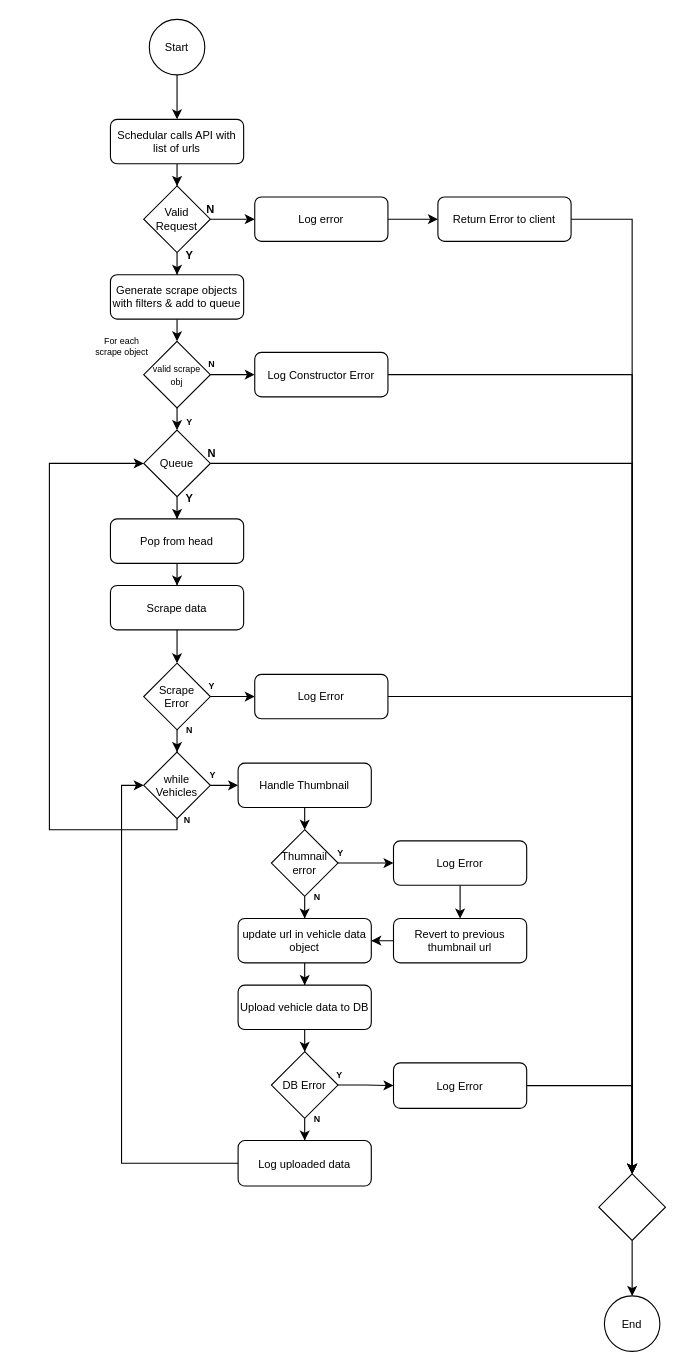
Earlier version of the draw.io diagram page "Activity Diagram (If Applicable)" (3 of 6) of design/Scraping Service Design.drawio (jacob-petterle/turo-scraper). Source tidied: cells renumbered, new cells numbered last; positions are measured from the earlier drawing's top-left corner, leaving out a move shared by most shapes. Both pictures are drawn from the tidied source at 111%, with x=0, y=0 at pixel (49, 19).
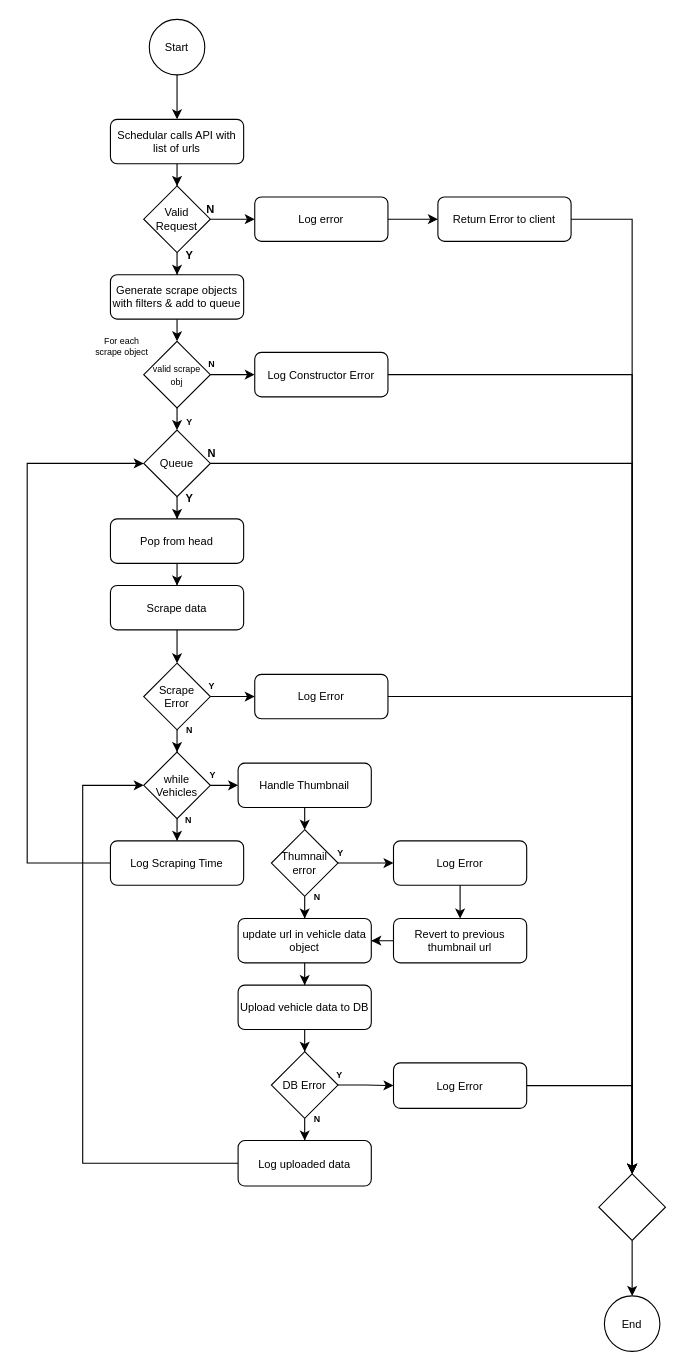
The same page after the edit.

The change refers to these unchanged cells:
```xml
<mxCell id="22" value="Queue" style="rhombus;whiteSpace=wrap;html=1;fontSize=10;" parent="1" vertex="1">
  <mxGeometry x="85" y="370" width="60" height="60" as="geometry" />
</mxCell>
<mxCell id="65" value="Log uploaded data" style="rounded=1;whiteSpace=wrap;html=1;fontSize=10;" parent="1" vertex="1">
  <mxGeometry x="170" y="1010" width="120" height="41" as="geometry" />
</mxCell>
<mxCell id="70" value="while&lt;br&gt;Vehicles" style="rhombus;whiteSpace=wrap;html=1;fontSize=10;" parent="1" vertex="1">
  <mxGeometry x="85" y="660" width="60" height="60" as="geometry" />
</mxCell>
```

What changed in the source:
```diff
@@
     <mxCell id="64" style="edgeStyle=orthogonalEdgeStyle;rounded=0;jettySize=auto;html=1;fontSize=8;entryX=0;entryY=0.5;entryDx=0;entryDy=0;" parent="1" edge="1" source="65" target="70">
-      <mxGeometry relative="1" as="geometry" />
+      <mxGeometry relative="1" as="geometry">
+        <Array as="points">
+          <mxPoint x="30" y="1030" />
+          <mxPoint x="30" y="690" />
+        </Array>
+      </mxGeometry>
     </mxCell>
@@
-    <mxCell id="68" style="edgeStyle=orthogonalEdgeStyle;rounded=0;jettySize=auto;html=1;entryX=0;entryY=0.5;entryDx=0;entryDy=0;fontSize=8;" parent="1" edge="1" source="70" target="22">
-      <mxGeometry relative="1" as="geometry">
-        <Array as="points">
-          <mxPoint x="115" y="730" />
-          <mxPoint y="730" />
-          <mxPoint y="400" />
-        </Array>
-      </mxGeometry>
-    </mxCell>
+    <mxCell id="73" style="edgeStyle=orthogonalEdgeStyle;rounded=0;jettySize=auto;html=1;fontSize=12;" parent="1" edge="1" source="70" target="75">
+      <mxGeometry relative="1" as="geometry" />
+    </mxCell>
-    <mxCell id="69" value="&lt;b&gt;N&lt;/b&gt;" style="edgeLabel;html=1;align=center;verticalAlign=middle;fontSize=8;" parent="68" vertex="1">
-      <mxGeometry x="-0.97" relative="1" as="geometry">
-        <mxPoint x="8" y="-8" as="offset" />
+    <mxCell id="69" value="&lt;b&gt;&lt;font style=&quot;font-size: 8px;&quot;&gt;N&lt;/font&gt;&lt;/b&gt;" style="edgeLabel;html=1;align=center;verticalAlign=middle;fontSize=12;" parent="73" vertex="1">
+      <mxGeometry x="0.45" relative="1" as="geometry">
+        <mxPoint x="9" y="-5" as="offset" />
       </mxGeometry>
     </mxCell>
@@
+    <mxCell id="74" style="edgeStyle=orthogonalEdgeStyle;rounded=0;jettySize=auto;html=1;entryX=0;entryY=0.5;entryDx=0;entryDy=0;fontSize=12;" parent="1" edge="1" source="75" target="22">
+      <mxGeometry relative="1" as="geometry">
+        <Array as="points">
+          <mxPoint x="-20" y="760" />
+          <mxPoint x="-20" y="400" />
+        </Array>
+      </mxGeometry>
+    </mxCell>
+    <mxCell id="75" value="Log Scraping Time" style="rounded=1;whiteSpace=wrap;html=1;fontSize=10;" parent="1" vertex="1">
+      <mxGeometry x="55" y="740" width="120" height="40" as="geometry" />
+    </mxCell>
```
